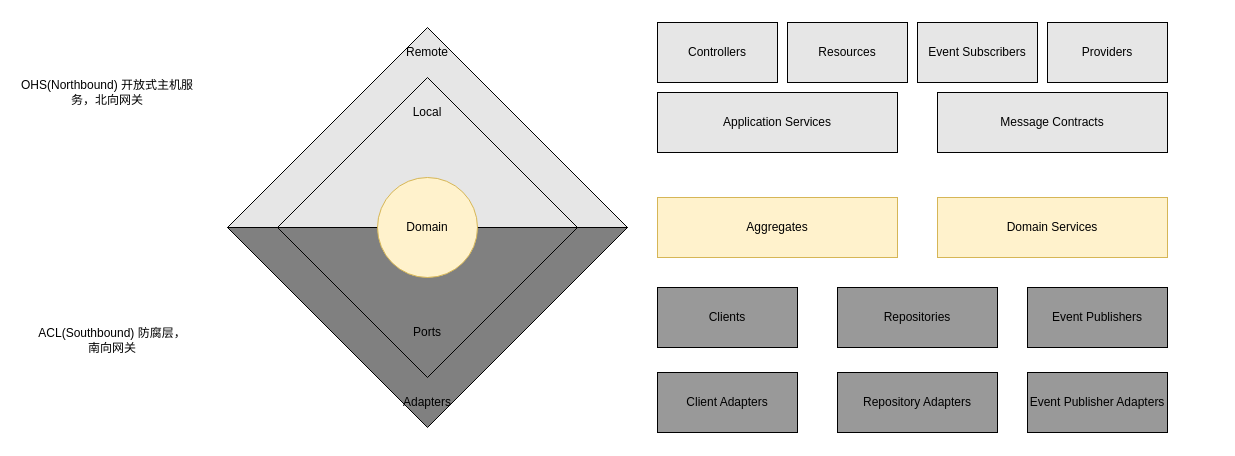
The draw.io diagram scm.drawio in zengande/static-files, before the edit. Source tidied: cells renumbered, new cells numbered last; positions are measured from the earlier drawing's top-left corner, leaving out a move shared by most shapes. Both pictures are drawn from the tidied source at 100%, with x=0, y=0 at pixel (17, -73).
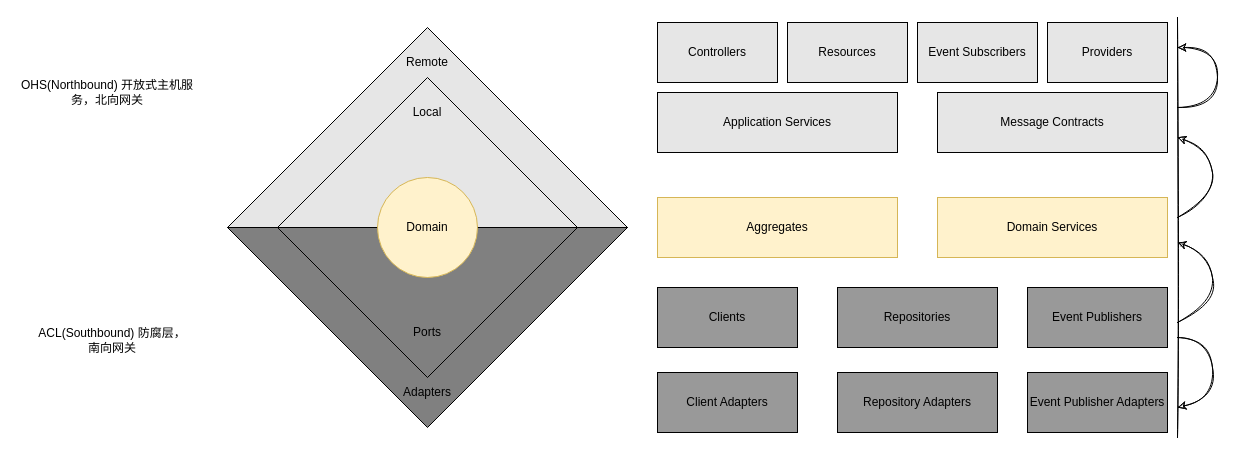
After the change.

What changed in the source:
```diff
@@
     <mxCell id="7" value="Remote" style="text;html=1;strokeColor=none;fillColor=none;align=center;verticalAlign=middle;whiteSpace=wrap;rounded=0;sketch=0;" parent="1" vertex="1">
-      <mxGeometry x="380" y="110" width="60" height="30" as="geometry" />
+      <mxGeometry x="380" y="120" width="60" height="30" as="geometry" />
     </mxCell>
@@
     <mxCell id="11" value="Adapters" style="text;html=1;strokeColor=none;fillColor=none;align=center;verticalAlign=middle;whiteSpace=wrap;rounded=0;sketch=0;" parent="1" vertex="1">
-      <mxGeometry x="380" y="460" width="60" height="30" as="geometry" />
+      <mxGeometry x="380" y="450" width="60" height="30" as="geometry" />
     </mxCell>
@@
+    <mxCell id="28" style="endArrow=none;html=1;rounded=0;sketch=1;" parent="1" edge="1">
+      <mxGeometry relative="1" as="geometry">
+        <mxPoint x="1160" y="510" as="sourcePoint" />
+        <mxPoint x="1160" y="90" as="targetPoint" />
+      </mxGeometry>
+    </mxCell>
+    <mxCell id="29" style="curved=1;endArrow=classic;html=1;rounded=0;sketch=1;" parent="1" edge="1">
+      <mxGeometry relative="1" as="geometry">
+        <mxPoint x="1160" y="180" as="sourcePoint" />
+        <mxPoint x="1160" y="120" as="targetPoint" />
+        <Array as="points">
+          <mxPoint x="1200" y="180" />
+          <mxPoint x="1200" y="120" />
+        </Array>
+      </mxGeometry>
+    </mxCell>
+    <mxCell id="30" style="curved=1;endArrow=classic;html=1;rounded=0;sketch=1;" parent="1" edge="1">
+      <mxGeometry relative="1" as="geometry">
+        <mxPoint x="1160" y="290" as="sourcePoint" />
+        <mxPoint x="1160" y="210" as="targetPoint" />
+        <Array as="points">
+          <mxPoint x="1200" y="270" />
+          <mxPoint x="1190" y="220" />
+        </Array>
+      </mxGeometry>
+    </mxCell>
+    <mxCell id="31" style="curved=1;endArrow=classic;html=1;rounded=0;sketch=1;" parent="1" edge="1">
+      <mxGeometry relative="1" as="geometry">
+        <mxPoint x="1160" y="395" as="sourcePoint" />
+        <mxPoint x="1160" y="315" as="targetPoint" />
+        <Array as="points">
+          <mxPoint x="1200" y="375" />
+          <mxPoint x="1190" y="325" />
+        </Array>
+      </mxGeometry>
+    </mxCell>
+    <mxCell id="32" style="curved=1;endArrow=classic;html=1;rounded=0;sketch=1;" parent="1" edge="1">
+      <mxGeometry relative="1" as="geometry">
+        <mxPoint x="1160" y="410" as="sourcePoint" />
+        <mxPoint x="1160" y="480" as="targetPoint" />
+        <Array as="points">
+          <mxPoint x="1190" y="410" />
+          <mxPoint x="1200" y="470" />
+        </Array>
+      </mxGeometry>
+    </mxCell>
```
